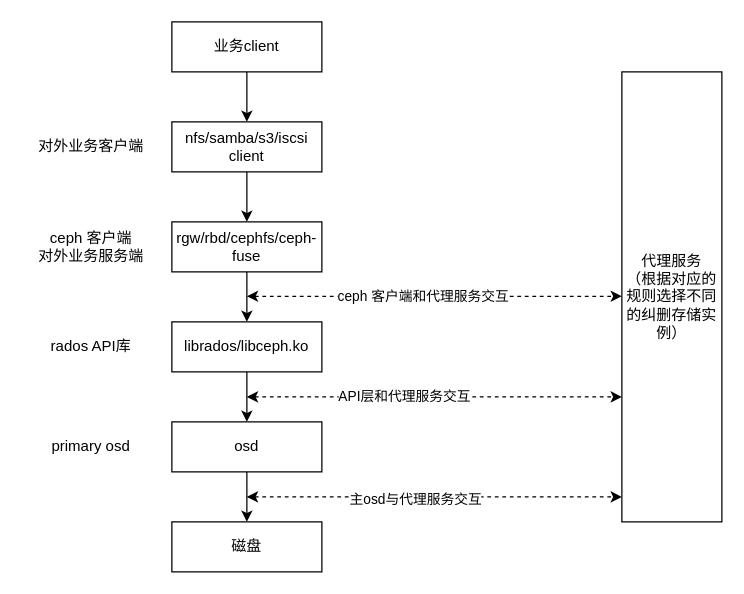
WeddySong/ceph keeps this draw.io diagram as doc/rados/动态纠删.drawio. Above is the earlier version. Source tidied: cells renumbered, new cells numbered last; positions are measured from the earlier drawing's top-left corner, leaving out a move shared by most shapes. Both pictures are drawn from the tidied source at 125%, with x=0, y=0 at pixel (21, 21).
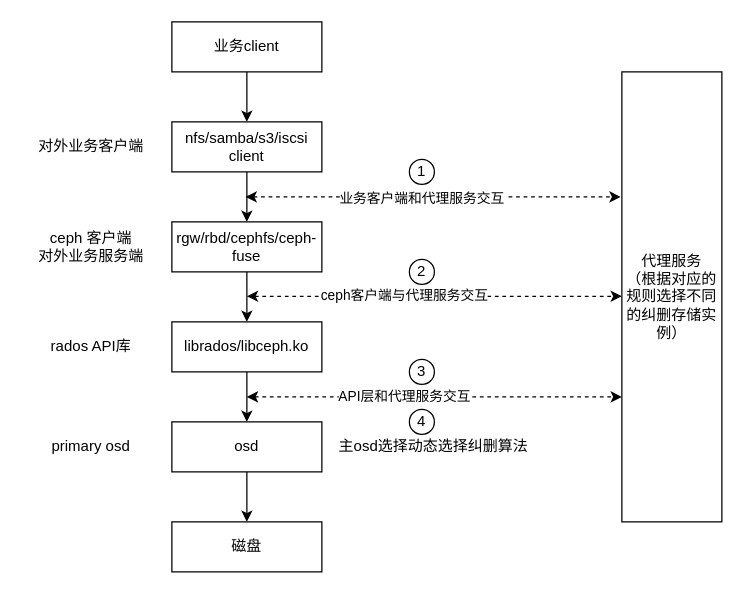
After the change.

Commit message (it also covers changes not shown here):
更新动态纠删.drawio

Change to the diagram source:
```diff
@@
-    <mxCell id="19" style="endArrow=classic;startArrow=classic;html=1;rounded=0;dashed=1;" parent="1" edge="1">
-      <mxGeometry relative="1" as="geometry">
-        <mxPoint x="180" y="380" as="sourcePoint" />
-        <mxPoint x="480" y="380" as="targetPoint" />
-      </mxGeometry>
-    </mxCell>
-    <mxCell id="20" value="主osd与代理服务交互" style="edgeLabel;html=1;align=center;verticalAlign=middle;" parent="19" vertex="1">
-      <mxGeometry x="-0.11" y="-1" relative="1" as="geometry" />
-    </mxCell>
     <mxCell id="21" style="endArrow=classic;startArrow=classic;html=1;rounded=0;dashed=1;" parent="1" edge="1">
       <mxGeometry relative="1" as="geometry">
-        <mxPoint x="180" y="219.5" as="sourcePoint" />
-        <mxPoint x="480" y="219.5" as="targetPoint" />
+        <mxPoint x="179" y="140" as="sourcePoint" />
+        <mxPoint x="479" y="140" as="targetPoint" />
       </mxGeometry>
     </mxCell>
-    <mxCell id="22" value="ceph 客户端和代理服务交互" style="edgeLabel;html=1;align=center;verticalAlign=middle;" parent="21" vertex="1">
+    <mxCell id="22" value="业务客户端和代理服务交互" style="edgeLabel;html=1;align=center;verticalAlign=middle;" parent="21" vertex="1">
       <mxGeometry x="-0.07" y="1" relative="1" as="geometry">
         <mxPoint y="1" as="offset" />
       </mxGeometry>
     </mxCell>
@@
+    <mxCell id="24" value="主osd选择动态选择纠删算法" style="text;html=1;align=center;verticalAlign=middle;strokeColor=none;fillColor=none;" parent="1" vertex="1">
+      <mxGeometry x="244" y="325" width="170" height="30" as="geometry" />
+    </mxCell>
+    <mxCell id="25" value="2" style="ellipse;whiteSpace=wrap;html=1;" parent="1" vertex="1">
+      <mxGeometry x="310" y="190" width="20" height="20" as="geometry" />
+    </mxCell>
+    <mxCell id="26" value="3" style="ellipse;whiteSpace=wrap;html=1;" parent="1" vertex="1">
+      <mxGeometry x="310" y="270" width="20" height="20" as="geometry" />
+    </mxCell>
+    <mxCell id="27" value="4" style="ellipse;whiteSpace=wrap;html=1;" parent="1" vertex="1">
+      <mxGeometry x="310" y="310" width="20" height="20" as="geometry" />
+    </mxCell>
+    <mxCell id="28" value="1" style="ellipse;whiteSpace=wrap;html=1;" parent="1" vertex="1">
+      <mxGeometry x="310" y="110" width="20" height="20" as="geometry" />
+    </mxCell>
+    <mxCell id="29" style="endArrow=classic;startArrow=classic;html=1;rounded=0;dashed=1;" parent="1" edge="1">
+      <mxGeometry relative="1" as="geometry">
+        <mxPoint x="180" y="219.5" as="sourcePoint" />
+        <mxPoint x="480" y="219.5" as="targetPoint" />
+      </mxGeometry>
+    </mxCell>
+    <mxCell id="30" value="ceph客户端与代理服务交互" style="edgeLabel;html=1;align=center;verticalAlign=middle;" parent="29" vertex="1">
+      <mxGeometry x="-0.17" y="1" relative="1" as="geometry" />
+    </mxCell>
```
